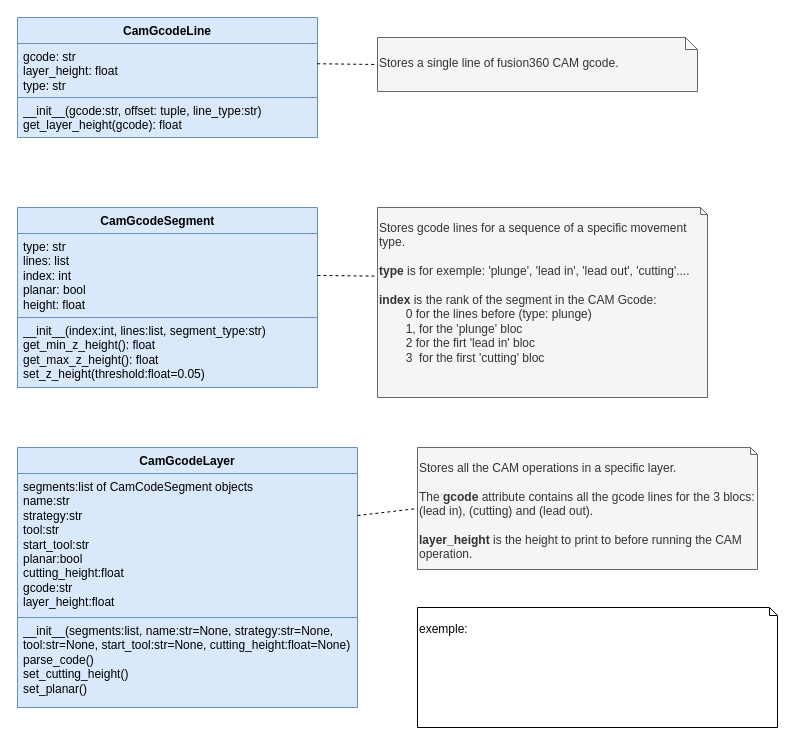
cjlux/ASMBL keeps this draw.io diagram as page "Classes" (2 of 2) of docs/UML/SquenceDiagram-1.drawio. Above is the earlier version. Source tidied: cells renumbered, new cells numbered last; positions are measured from the earlier drawing's top-left corner, leaving out a move shared by most shapes. Both pictures are drawn from the tidied source at 100%, with x=0, y=0 at pixel (17, 17).
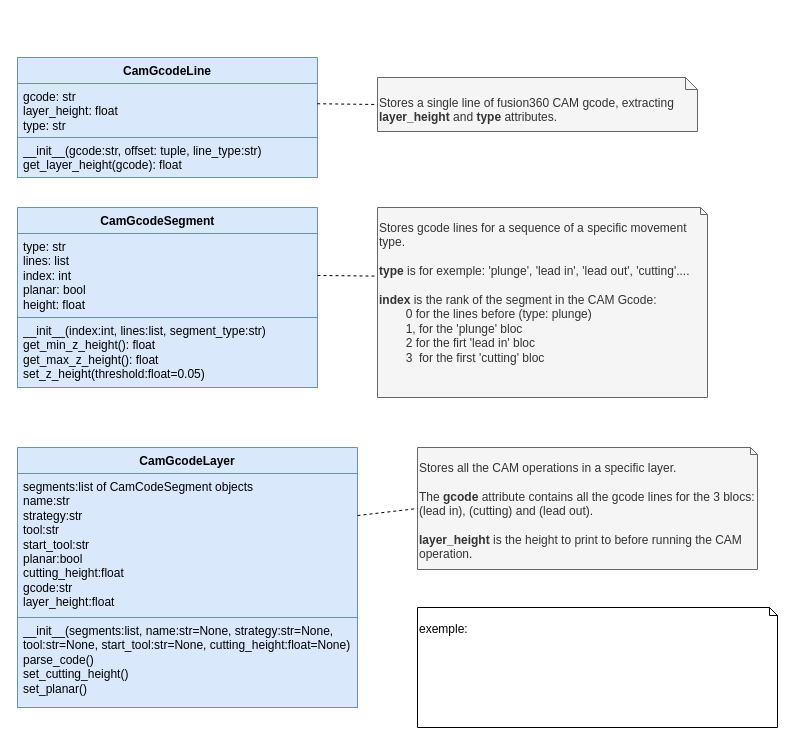
The same page after the edit.

Diff of the diagram source:
```diff
@@
 <mxGraphModel>
   <root>
     <mxCell id="0" />
     <mxCell id="1" parent="0" />
     <mxCell id="2" value="CamGcodeLine" style="swimlane;fontStyle=1;align=center;verticalAlign=top;horizontal=1;startSize=26;whiteSpace=wrap;html=1;fillColor=#dae8fc;strokeColor=#6c8ebf;" parent="1" vertex="1">
-      <mxGeometry width="300" height="120" as="geometry" />
+      <mxGeometry y="40" width="300" height="120" as="geometry" />
     </mxCell>
     <mxCell id="3" value="&lt;div&gt;gcode: str&lt;/div&gt;&lt;div&gt;layer_height: float&lt;/div&gt;&lt;div&gt;type: str&lt;br&gt;&lt;/div&gt;" style="text;strokeColor=#6c8ebf;fillColor=#dae8fc;align=left;verticalAlign=top;spacingLeft=4;spacingRight=4;overflow=hidden;points=[[0,0.5],[1,0.5]];portConstraint=eastwest;whiteSpace=wrap;html=1;" parent="2" vertex="1">
       <mxGeometry y="26" width="300" height="54" as="geometry" />
     </mxCell>
     <mxCell id="4" value="&lt;div&gt;__init__(gcode:str, offset: tuple, line_type:str) &lt;br&gt;&lt;/div&gt;&lt;div&gt;get_layer_height(gcode): float&lt;/div&gt;" style="text;strokeColor=#6c8ebf;fillColor=#dae8fc;align=left;verticalAlign=top;spacingLeft=4;spacingRight=4;overflow=hidden;whiteSpace=wrap;html=1;" parent="2" vertex="1">
       <mxGeometry y="80" width="300" height="40" as="geometry" />
     </mxCell>
-    <mxCell id="5" value="Stores a single line of fusion360 CAM gcode." style="shape=note2;boundedLbl=1;whiteSpace=wrap;html=1;size=12;verticalAlign=top;align=left;fillColor=#f5f5f5;fontColor=#333333;strokeColor=#666666;spacing=2;" parent="1" vertex="1">
-      <mxGeometry x="360" y="20" width="320" height="54" as="geometry" />
+    <mxCell id="5" value="Stores a single line of fusion360 CAM gcode, extracting &lt;b&gt;layer_height&lt;/b&gt; and &lt;b&gt;type&lt;/b&gt; attributes." style="shape=note2;boundedLbl=1;whiteSpace=wrap;html=1;size=12;verticalAlign=top;align=left;fillColor=#f5f5f5;fontColor=#333333;strokeColor=#666666;spacing=2;" parent="1" vertex="1">
+      <mxGeometry x="360" y="60" width="320" height="54" as="geometry" />
     </mxCell>
     <mxCell id="6" style="endArrow=none;dashed=1;html=1;rounded=0;entryX=0;entryY=0.5;entryDx=0;entryDy=0;entryPerimeter=0;exitX=0.999;exitY=0.375;exitDx=0;exitDy=0;exitPerimeter=0;" parent="1" edge="1" source="3" target="5">
       <mxGeometry relative="1" as="geometry" />
     </mxCell>
     <mxCell id="7" value="CamGcodeSegment&lt;span style=&quot;white-space: pre;&quot;&gt;&#9;&lt;/span&gt;" style="swimlane;fontStyle=1;align=center;verticalAlign=top;horizontal=1;startSize=26;whiteSpace=wrap;html=1;fillColor=#dae8fc;strokeColor=#6c8ebf;" parent="1" vertex="1">
       <mxGeometry y="190" width="300" height="180" as="geometry" />
     </mxCell>
     <mxCell id="8" value="&lt;div&gt;type: str&lt;/div&gt;&lt;div&gt;lines: list&lt;/div&gt;&lt;div&gt;index: int&lt;/div&gt;&lt;div&gt;planar: bool&lt;/div&gt;&lt;div&gt;height: float&lt;br&gt;&lt;/div&gt;" style="text;strokeColor=#6c8ebf;fillColor=#dae8fc;align=left;verticalAlign=top;spacingLeft=4;spacingRight=4;overflow=hidden;points=[[0,0.5],[1,0.5]];portConstraint=eastwest;whiteSpace=wrap;html=1;" parent="7" vertex="1">
       <mxGeometry y="26" width="300" height="84" as="geometry" />
     </mxCell>
     <mxCell id="9" value="&lt;div&gt;__init__(index:int, lines:list, segment_type:str)&lt;br&gt;&lt;/div&gt;&lt;div&gt;get_min_z_height(): float&lt;/div&gt;&lt;div&gt;get_max_z_height(): float&lt;/div&gt;&lt;div&gt;set_z_height(threshold:float=0.05)&lt;br&gt;&lt;/div&gt;" style="text;strokeColor=#6c8ebf;fillColor=#dae8fc;align=left;verticalAlign=top;spacingLeft=4;spacingRight=4;overflow=hidden;whiteSpace=wrap;html=1;" parent="7" vertex="1">
       <mxGeometry y="110" width="300" height="70" as="geometry" />
     </mxCell>
     <mxCell id="10" value="&lt;div&gt;Stores gcode lines for a sequence of a specific movement type.&lt;/div&gt;&lt;div&gt;&lt;br&gt;&lt;/div&gt;&lt;div&gt;&lt;b&gt;type&lt;/b&gt; is for exemple: 'plunge', 'lead in', 'lead out', 'cutting'....&lt;/div&gt;&lt;div&gt;&lt;br&gt;&lt;/div&gt;&lt;div&gt;&lt;b&gt;index&lt;/b&gt; is the rank of the segment in the CAM Gcode:&lt;/div&gt;&lt;div&gt;&lt;span style=&quot;white-space: pre;&quot;&gt;&#9;&lt;/span&gt;0 for the lines before (type: plunge)&lt;/div&gt;&lt;div&gt;&lt;span style=&quot;white-space: pre;&quot;&gt;&#9;&lt;/span&gt;1, for the 'plunge' bloc&lt;/div&gt;&lt;div&gt;&lt;span style=&quot;white-space: pre;&quot;&gt;&#9;&lt;/span&gt;2 for the firt 'lead in' bloc&lt;/div&gt;&lt;div&gt;&lt;span style=&quot;white-space: pre;&quot;&gt;&#9;&lt;/span&gt;3&amp;nbsp; for the first 'cutting' bloc&lt;br&gt;&lt;/div&gt;&lt;div&gt;&lt;br&gt;&lt;/div&gt;" style="shape=note2;boundedLbl=1;whiteSpace=wrap;html=1;size=7;verticalAlign=top;align=left;fillColor=#f5f5f5;fontColor=#333333;strokeColor=#666666;" parent="1" vertex="1">
       <mxGeometry x="360" y="190" width="330" height="190" as="geometry" />
     </mxCell>
     <mxCell id="11" style="endArrow=none;dashed=1;html=1;rounded=0;entryX=-0.007;entryY=0.361;entryDx=0;entryDy=0;entryPerimeter=0;exitX=1;exitY=0.5;exitDx=0;exitDy=0;" parent="1" edge="1" source="8" target="10">
       <mxGeometry relative="1" as="geometry" />
     </mxCell>
     <mxCell id="12" value="CamGcodeLayer" style="swimlane;fontStyle=1;align=center;verticalAlign=top;horizontal=1;startSize=26;whiteSpace=wrap;html=1;fillColor=#dae8fc;strokeColor=#6c8ebf;" parent="1" vertex="1">
       <mxGeometry y="430" width="340" height="260" as="geometry" />
     </mxCell>
     <mxCell id="13" value="&lt;div&gt;segments:list of CamCodeSegment objects&lt;br&gt;&lt;/div&gt;&lt;div&gt;name:str&lt;/div&gt;&lt;div&gt;strategy:str&lt;/div&gt;&lt;div&gt;tool:str&lt;/div&gt;&lt;div&gt;start_tool:str&lt;/div&gt;&lt;div&gt;planar:bool&lt;/div&gt;&lt;div&gt;cutting_height:float&lt;/div&gt;&lt;div&gt;gcode:str&lt;/div&gt;&lt;div&gt;layer_height:float&lt;br&gt;&lt;/div&gt;" style="text;strokeColor=#6c8ebf;fillColor=#dae8fc;align=left;verticalAlign=top;spacingLeft=4;spacingRight=4;overflow=hidden;points=[[0,0.5],[1,0.5]];portConstraint=eastwest;whiteSpace=wrap;html=1;" parent="12" vertex="1">
       <mxGeometry y="26" width="340" height="144" as="geometry" />
     </mxCell>
     <mxCell id="14" value="__init__(segments:list, name:str=None, strategy:str=None,&lt;br&gt;&lt;div&gt; tool:str=None, start_tool:str=None, cutting_height:float=None)&lt;/div&gt;&lt;div&gt;parse_code()&lt;/div&gt;&lt;div&gt;set_cutting_height()&lt;/div&gt;&lt;div&gt;set_planar()&lt;br&gt;&lt;/div&gt;" style="text;strokeColor=#6c8ebf;fillColor=#dae8fc;align=left;verticalAlign=top;spacingLeft=4;spacingRight=4;overflow=hidden;whiteSpace=wrap;html=1;" parent="12" vertex="1">
       <mxGeometry y="170" width="340" height="90" as="geometry" />
     </mxCell>
     <mxCell id="15" value="&lt;div&gt;Stores all the CAM operations in a specific layer.&lt;/div&gt;&lt;div&gt;&lt;br&gt;&lt;/div&gt;&lt;div&gt;The &lt;b&gt;gcode&lt;/b&gt; attribute contains all the gcode lines for the 3 blocs: (lead in), (cutting) and (lead out).&lt;br&gt;&lt;/div&gt;&lt;div&gt;&lt;br&gt;&lt;/div&gt;&lt;div&gt;&lt;b&gt;layer_height&lt;/b&gt; is the height to print to before running the CAM operation.&lt;br&gt;&lt;br&gt;&lt;/div&gt;" style="shape=note2;boundedLbl=1;whiteSpace=wrap;html=1;size=7;verticalAlign=top;align=left;fillColor=#f5f5f5;fontColor=#333333;strokeColor=#666666;" parent="1" vertex="1">
       <mxGeometry x="400" y="430" width="340" height="122" as="geometry" />
     </mxCell>
     <mxCell id="16" style="endArrow=none;dashed=1;html=1;rounded=0;entryX=0;entryY=0.5;entryDx=0;entryDy=0;entryPerimeter=0;exitX=1;exitY=0.292;exitDx=0;exitDy=0;exitPerimeter=0;" parent="1" edge="1" source="13" target="15">
       <mxGeometry relative="1" as="geometry" />
     </mxCell>
     <mxCell id="17" value="&lt;div&gt;exemple:&lt;/div&gt;&lt;div&gt;&lt;br&gt;&lt;/div&gt;" style="shape=note2;boundedLbl=1;whiteSpace=wrap;html=1;size=8;verticalAlign=top;align=left;" parent="1" vertex="1">
       <mxGeometry x="400" y="590" width="360" height="120" as="geometry" />
     </mxCell>
   </root>
 </mxGraphModel>
```
